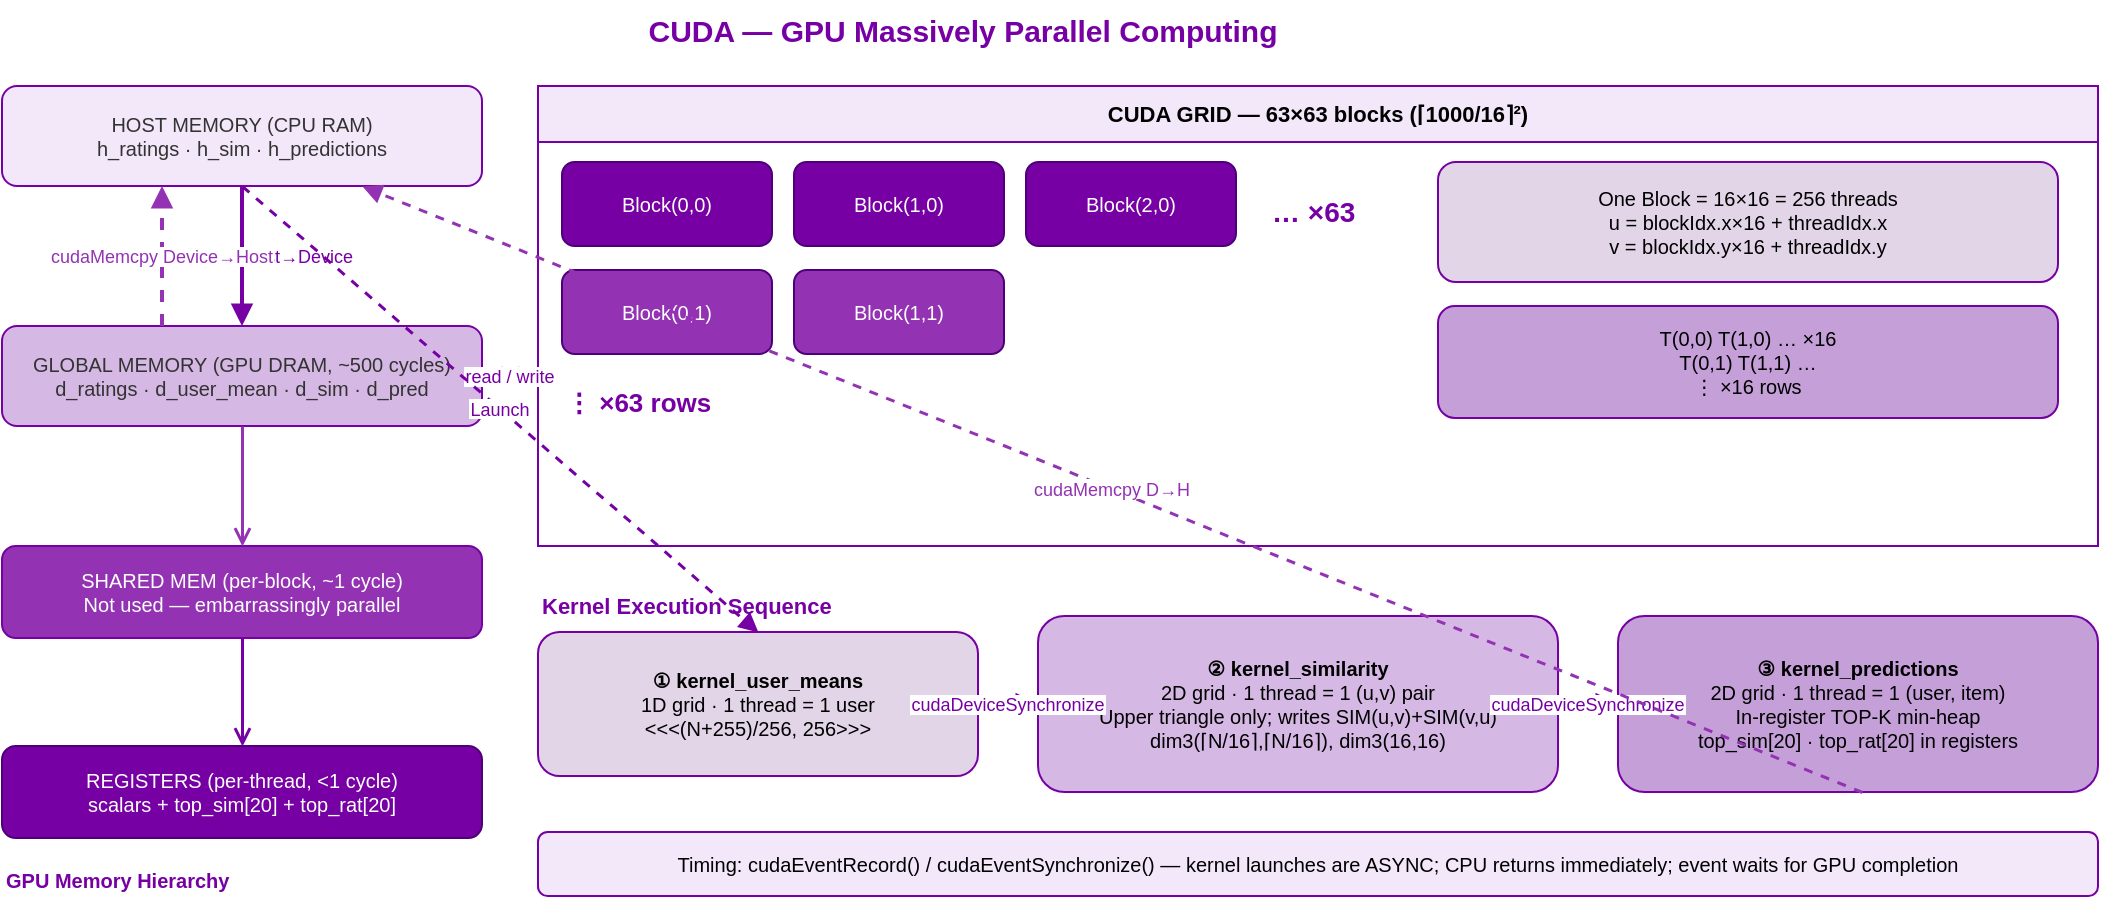
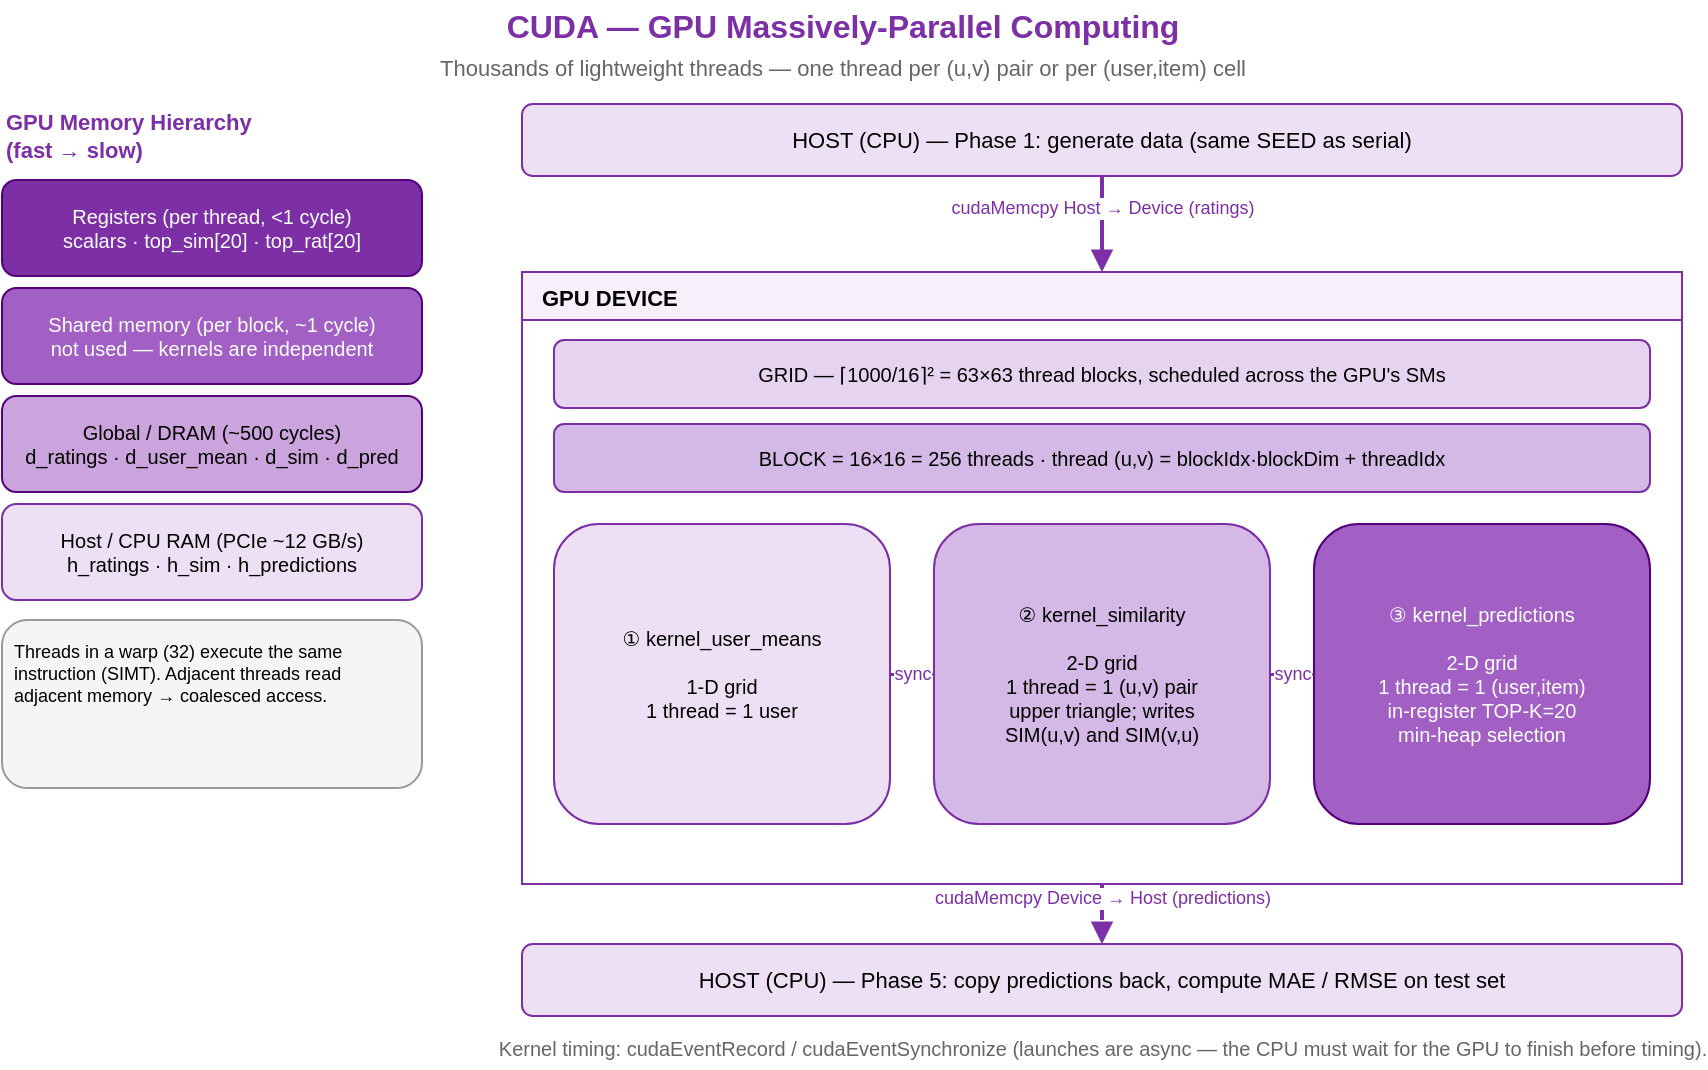
<mxfile host="app.diagrams.net" version="21.1.2">
-   <diagram id="page5" name="CUDA">
-     <mxGraphModel dx="1200" dy="700" grid="0" pageWidth="1100" pageHeight="700" math="0" shadow="0">
+   <diagram id="page5" name="5. CUDA">
+     <mxGraphModel dx="1000" dy="640" grid="1" gridSize="10" guides="1" tooltips="1" connect="1" arrows="1" fold="1" page="1" pageScale="1" pageWidth="900" pageHeight="660" math="0" shadow="0">
      <root>
-         <mxCell id="0" /><mxCell id="1" parent="0" />
+         <mxCell id="0" />
+         <mxCell id="1" parent="0" />

        <!-- Title -->
-         <mxCell id="ttl" value="CUDA — GPU Massively Parallel Computing" style="text;html=1;align=center;fontStyle=1;fontSize=15;fontColor=#7600a3;" vertex="1" parent="1">
-           <mxGeometry x="150" y="12" width="700" height="30" as="geometry" />
+         <mxCell id="ttl" value="CUDA — GPU Massively-Parallel Computing" style="text;html=1;align=center;verticalAlign=middle;fontStyle=1;fontSize=16;fontColor=#7d2fa6;" vertex="1" parent="1">
+           <mxGeometry x="150" y="14" width="600" height="26" as="geometry" />
+         </mxCell>
+         <mxCell id="sub" value="Thousands of lightweight threads — one thread per (u,v) pair or per (user,item) cell" style="text;html=1;align=center;verticalAlign=middle;fontSize=11;fontColor=#666666;" vertex="1" parent="1">
+           <mxGeometry x="150" y="38" width="600" height="20" as="geometry" />
        </mxCell>

-         <!-- ── Memory hierarchy (left column) ── -->
-         <mxCell id="hmem" value="HOST MEMORY (CPU RAM)&lt;br&gt;h_ratings · h_sim · h_predictions" style="rounded=1;whiteSpace=wrap;html=1;fillColor=#f3e8fa;strokeColor=#7600a3;fontColor=#333333;fontSize=10;" vertex="1" parent="1">
-           <mxGeometry x="20" y="55" width="240" height="50" as="geometry" />
+         <!-- ===== Memory hierarchy legend (left) ===== -->
+         <mxCell id="mhl" value="GPU Memory Hierarchy&#10;(fast → slow)" style="text;html=1;align=left;verticalAlign=middle;fontStyle=1;fontSize=11;fontColor=#7d2fa6;" vertex="1" parent="1">
+           <mxGeometry x="30" y="66" width="210" height="32" as="geometry" />
        </mxCell>
-         <mxCell id="gmem" value="GLOBAL MEMORY (GPU DRAM, ~500 cycles)&lt;br&gt;d_ratings · d_user_mean · d_sim · d_pred" style="rounded=1;whiteSpace=wrap;html=1;fillColor=#d5b8e3;strokeColor=#7600a3;fontColor=#333333;fontSize=10;" vertex="1" parent="1">
-           <mxGeometry x="20" y="175" width="240" height="50" as="geometry" />
+         <mxCell id="reg" value="Registers (per thread, &lt;1 cycle)&#10;scalars · top_sim[20] · top_rat[20]" style="rounded=1;whiteSpace=wrap;html=1;fillColor=#7d2fa6;strokeColor=#54007a;fontColor=#ffffff;fontSize=10;verticalAlign=middle;" vertex="1" parent="1">
+           <mxGeometry x="30" y="104" width="210" height="48" as="geometry" />
        </mxCell>
-         <mxCell id="smem" value="SHARED MEM (per-block, ~1 cycle)&lt;br&gt;Not used — embarrassingly parallel" style="rounded=1;whiteSpace=wrap;html=1;fillColor=#9333b3;strokeColor=#7600a3;fontColor=#ffffff;fontSize=10;" vertex="1" parent="1">
-           <mxGeometry x="20" y="285" width="240" height="46" as="geometry" />
+         <mxCell id="shm" value="Shared memory (per block, ~1 cycle)&#10;not used — kernels are independent" style="rounded=1;whiteSpace=wrap;html=1;fillColor=#a25fc4;strokeColor=#54007a;fontColor=#ffffff;fontSize=10;verticalAlign=middle;" vertex="1" parent="1">
+           <mxGeometry x="30" y="158" width="210" height="48" as="geometry" />
        </mxCell>
-         <mxCell id="reg" value="REGISTERS (per-thread, &lt;1 cycle)&lt;br&gt;scalars + top_sim[20] + top_rat[20]" style="rounded=1;whiteSpace=wrap;html=1;fillColor=#7600a3;strokeColor=#4d007a;fontColor=#ffffff;fontSize=10;" vertex="1" parent="1">
-           <mxGeometry x="20" y="385" width="240" height="46" as="geometry" />
+         <mxCell id="gbl" value="Global / DRAM (~500 cycles)&#10;d_ratings · d_user_mean · d_sim · d_pred" style="rounded=1;whiteSpace=wrap;html=1;fillColor=#cBA3dd;strokeColor=#54007a;fontSize=10;verticalAlign=middle;" vertex="1" parent="1">
+           <mxGeometry x="30" y="212" width="210" height="48" as="geometry" />
+         </mxCell>
+         <mxCell id="hst" value="Host / CPU RAM (PCIe ~12 GB/s)&#10;h_ratings · h_sim · h_predictions" style="rounded=1;whiteSpace=wrap;html=1;fillColor=#ede0f4;strokeColor=#7d2fa6;fontSize=10;verticalAlign=middle;" vertex="1" parent="1">
+           <mxGeometry x="30" y="266" width="210" height="48" as="geometry" />
+         </mxCell>
+         <mxCell id="coal" value="Threads in a warp (32) execute the same instruction (SIMT). Adjacent threads read adjacent memory → coalesced access." style="rounded=1;whiteSpace=wrap;html=1;fillColor=#f5f5f5;strokeColor=#999999;fontSize=9;verticalAlign=top;align=left;spacing=6;" vertex="1" parent="1">
+           <mxGeometry x="30" y="324" width="210" height="84" as="geometry" />
        </mxCell>

-         <!-- Memory hierarchy label -->
-         <mxCell id="mhl" value="GPU Memory Hierarchy" style="text;html=1;fontStyle=1;fontSize=10;fontColor=#7600a3;" vertex="1" parent="1">
-           <mxGeometry x="20" y="440" width="240" height="18" as="geometry" />
+         <!-- ===== Execution flow (right) ===== -->
+         <mxCell id="host1" value="HOST (CPU) — Phase 1: generate data (same SEED as serial)" style="rounded=1;whiteSpace=wrap;html=1;fillColor=#ede0f4;strokeColor=#7d2fa6;fontSize=11;verticalAlign=middle;" vertex="1" parent="1">
+           <mxGeometry x="290" y="66" width="580" height="36" as="geometry" />
        </mxCell>

-         <!-- ── ARROWS: Host ↔ GPU memory ── -->
-         <!-- H→D transfer -->
-         <mxCell id="a_h2d" value="cudaMemcpy Host→Device" style="endArrow=block;endFill=1;strokeWidth=2;strokeColor=#7600a3;fontSize=9;fontColor=#7600a3;align=center;" edge="1" parent="1">
-           <mxGeometry relative="1" as="geometry">
-             <mxPoint x="140" y="105" as="sourcePoint" />
-             <mxPoint x="140" y="175" as="targetPoint" />
-           </mxGeometry>
+         <!-- GPU container -->
+         <mxCell id="gpu" value="GPU DEVICE" style="swimlane;startSize=24;whiteSpace=wrap;html=1;fillColor=#f7f0fb;strokeColor=#7d2fa6;fontSize=11;fontStyle=1;verticalAlign=top;align=left;spacingLeft=8;" vertex="1" parent="1">
+           <mxGeometry x="290" y="150" width="580" height="306" as="geometry" />
        </mxCell>
-         <!-- D→H transfer -->
-         <mxCell id="a_d2h" value="cudaMemcpy Device→Host" style="endArrow=block;endFill=1;strokeWidth=2;strokeColor=#9333b3;dashed=1;fontSize=9;fontColor=#9333b3;align=center;" edge="1" parent="1">
-           <mxGeometry relative="1" as="geometry">
-             <mxPoint x="100" y="175" as="sourcePoint" />
-             <mxPoint x="100" y="105" as="targetPoint" />
-           </mxGeometry>
+         <mxCell id="g_grid" value="GRID — ⌈1000/16⌉² = 63×63 thread blocks, scheduled across the GPU's SMs" style="rounded=1;whiteSpace=wrap;html=1;fillColor=#e6d3f0;strokeColor=#7d2fa6;fontSize=10;verticalAlign=middle;" vertex="1" parent="gpu">
+           <mxGeometry x="16" y="34" width="548" height="34" as="geometry" />
        </mxCell>
-         <!-- GPU DRAM → SM label -->
-         <mxCell id="a_gm_sm" value="" style="endArrow=open;endFill=0;strokeWidth=1.5;strokeColor=#9333b3;" edge="1" parent="1">
-           <mxGeometry relative="1" as="geometry">
-             <mxPoint x="140" y="225" as="sourcePoint" />
-             <mxPoint x="140" y="285" as="targetPoint" />
-           </mxGeometry>
-         </mxCell>
-         <!-- SM → Registers -->
-         <mxCell id="a_sm_reg" value="" style="endArrow=open;endFill=0;strokeWidth=1.5;strokeColor=#7600a3;" edge="1" parent="1">
-           <mxGeometry relative="1" as="geometry">
-             <mxPoint x="140" y="331" as="sourcePoint" />
-             <mxPoint x="140" y="385" as="targetPoint" />
-           </mxGeometry>
+         <mxCell id="g_block" value="BLOCK = 16×16 = 256 threads   ·   thread (u,v) = blockIdx·blockDim + threadIdx" style="rounded=1;whiteSpace=wrap;html=1;fillColor=#d4b8e6;strokeColor=#7d2fa6;fontSize=10;verticalAlign=middle;" vertex="1" parent="gpu">
+           <mxGeometry x="16" y="76" width="548" height="34" as="geometry" />
        </mxCell>

-         <!-- ── GRID container ── -->
-         <mxCell id="grid" value="CUDA GRID — 63×63 blocks (⌈1000/16⌉²)" style="swimlane;startSize=28;whiteSpace=wrap;html=1;fillColor=#f3e8fa;strokeColor=#7600a3;fontSize=11;fontStyle=1;" vertex="1" parent="1">
-           <mxGeometry x="288" y="55" width="780" height="230" as="geometry" />
+         <!-- 3 kernels -->
+         <mxCell id="k1" value="① kernel_user_means&#10;&#10;1-D grid&#10;1 thread = 1 user" style="rounded=1;whiteSpace=wrap;html=1;fillColor=#ede0f4;strokeColor=#7d2fa6;fontSize=10;verticalAlign=middle;spacing=4;" vertex="1" parent="gpu">
+           <mxGeometry x="16" y="126" width="168" height="150" as="geometry" />
        </mxCell>
-         <!-- Blocks -->
-         <mxCell id="b00" value="Block(0,0)" style="rounded=1;whiteSpace=wrap;html=1;fillColor=#7600a3;strokeColor=#4d007a;fontColor=#ffffff;fontSize=10;" vertex="1" parent="grid">
-           <mxGeometry x="12" y="38" width="105" height="42" as="geometry" />
+         <mxCell id="k2" value="② kernel_similarity&#10;&#10;2-D grid&#10;1 thread = 1 (u,v) pair&#10;upper triangle; writes&#10;SIM(u,v) and SIM(v,u)" style="rounded=1;whiteSpace=wrap;html=1;fillColor=#d4b8e6;strokeColor=#7d2fa6;fontSize=10;verticalAlign=middle;spacing=4;" vertex="1" parent="gpu">
+           <mxGeometry x="206" y="126" width="168" height="150" as="geometry" />
        </mxCell>
-         <mxCell id="b10" value="Block(1,0)" style="rounded=1;whiteSpace=wrap;html=1;fillColor=#7600a3;strokeColor=#4d007a;fontColor=#ffffff;fontSize=10;" vertex="1" parent="grid">
-           <mxGeometry x="128" y="38" width="105" height="42" as="geometry" />
+         <mxCell id="k3" value="③ kernel_predictions&#10;&#10;2-D grid&#10;1 thread = 1 (user,item)&#10;in-register TOP-K=20&#10;min-heap selection" style="rounded=1;whiteSpace=wrap;html=1;fillColor=#a25fc4;strokeColor=#54007a;fontColor=#ffffff;fontSize=10;verticalAlign=middle;spacing=4;" vertex="1" parent="gpu">
+           <mxGeometry x="396" y="126" width="168" height="150" as="geometry" />
        </mxCell>
-         <mxCell id="b20" value="Block(2,0)" style="rounded=1;whiteSpace=wrap;html=1;fillColor=#7600a3;strokeColor=#4d007a;fontColor=#ffffff;fontSize=10;" vertex="1" parent="grid">
-           <mxGeometry x="244" y="38" width="105" height="42" as="geometry" />
-         </mxCell>
-         <mxCell id="bdots" value="… ×63" style="text;html=1;fontSize=14;fontColor=#7600a3;fontStyle=1;" vertex="1" parent="grid">
-           <mxGeometry x="365" y="48" width="70" height="22" as="geometry" />
-         </mxCell>
-         <mxCell id="b01" value="Block(0,1)" style="rounded=1;whiteSpace=wrap;html=1;fillColor=#9333b3;strokeColor=#4d007a;fontColor=#ffffff;fontSize=10;" vertex="1" parent="grid">
-           <mxGeometry x="12" y="92" width="105" height="42" as="geometry" />
-         </mxCell>
-         <mxCell id="b11" value="Block(1,1)" style="rounded=1;whiteSpace=wrap;html=1;fillColor=#9333b3;strokeColor=#4d007a;fontColor=#ffffff;fontSize=10;" vertex="1" parent="grid">
-           <mxGeometry x="128" y="92" width="105" height="42" as="geometry" />
-         </mxCell>
-         <mxCell id="bvdots" value="⋮ ×63 rows" style="text;html=1;fontSize=13;fontColor=#7600a3;fontStyle=1;" vertex="1" parent="grid">
-           <mxGeometry x="12" y="144" width="220" height="22" as="geometry" />
-         </mxCell>
-         <!-- Thread detail inside block -->
-         <mxCell id="bzoom" value="One Block = 16×16 = 256 threads&lt;br&gt;u = blockIdx.x×16 + threadIdx.x&lt;br&gt;v = blockIdx.y×16 + threadIdx.y" style="rounded=1;whiteSpace=wrap;html=1;fillColor=#e1d5e7;strokeColor=#7600a3;fontSize=10;" vertex="1" parent="grid">
-           <mxGeometry x="450" y="38" width="310" height="60" as="geometry" />
-         </mxCell>
-         <mxCell id="tgrid" value="T(0,0) T(1,0) … ×16&lt;br&gt;T(0,1) T(1,1) …&lt;br&gt;⋮  ×16 rows" style="rounded=1;whiteSpace=wrap;html=1;fillColor=#c49fd8;strokeColor=#7600a3;fontSize=10;" vertex="1" parent="grid">
-           <mxGeometry x="450" y="110" width="310" height="56" as="geometry" />
+         <mxCell id="k12" value="sync" style="edgeStyle=orthogonalEdgeStyle;rounded=0;html=1;endArrow=block;endFill=1;strokeWidth=1.5;strokeColor=#7d2fa6;fontSize=9;fontColor=#7d2fa6;" edge="1" source="k1" target="k2" parent="gpu"><mxGeometry relative="1" as="geometry" /></mxCell>
+         <mxCell id="k23" value="sync" style="edgeStyle=orthogonalEdgeStyle;rounded=0;html=1;endArrow=block;endFill=1;strokeWidth=1.5;strokeColor=#7d2fa6;fontSize=9;fontColor=#7d2fa6;" edge="1" source="k2" target="k3" parent="gpu"><mxGeometry relative="1" as="geometry" /></mxCell>
+ 
+         <!-- Host eval -->
+         <mxCell id="host2" value="HOST (CPU) — Phase 5: copy predictions back, compute MAE / RMSE on test set" style="rounded=1;whiteSpace=wrap;html=1;fillColor=#ede0f4;strokeColor=#7d2fa6;fontSize=11;verticalAlign=middle;" vertex="1" parent="1">
+           <mxGeometry x="290" y="486" width="580" height="36" as="geometry" />
        </mxCell>

-         <!-- Arrow from GRID to GPU DRAM (kernels read/write) -->
-         <mxCell id="a_grid_gm" value="read / write" style="startArrow=block;startFill=1;endArrow=block;endFill=1;strokeWidth=1.5;strokeColor=#7600a3;fontSize=9;fontColor=#7600a3;" edge="1" parent="1">
-           <mxGeometry relative="1" as="geometry">
-             <mxPoint x="288" y="200" as="sourcePoint" />
-             <mxPoint x="260" y="200" as="targetPoint" />
-           </mxGeometry>
-         </mxCell>
+         <!-- transfer arrows (short, vertical) -->
+         <mxCell id="h2d" value="cudaMemcpy  Host → Device  (ratings)" style="edgeStyle=orthogonalEdgeStyle;rounded=0;html=1;endArrow=block;endFill=1;strokeWidth=2;strokeColor=#7d2fa6;fontSize=9;fontColor=#7d2fa6;verticalAlign=bottom;" edge="1" source="host1" target="gpu" parent="1"><mxGeometry relative="1" as="geometry" /></mxCell>
+         <mxCell id="d2h" value="cudaMemcpy  Device → Host  (predictions)" style="edgeStyle=orthogonalEdgeStyle;rounded=0;html=1;endArrow=block;endFill=1;strokeWidth=2;strokeColor=#7d2fa6;dashed=1;fontSize=9;fontColor=#7d2fa6;verticalAlign=bottom;" edge="1" source="gpu" target="host2" parent="1"><mxGeometry relative="1" as="geometry" /></mxCell>

-         <!-- ── Three Kernels (sequential execution) ── -->
-         <mxCell id="kl" value="Kernel Execution Sequence" style="text;html=1;fontStyle=1;fontSize=11;fontColor=#7600a3;" vertex="1" parent="1">
-           <mxGeometry x="288" y="302" width="280" height="20" as="geometry" />
-         </mxCell>
- 
-         <mxCell id="k1" value="&lt;b&gt;① kernel_user_means&lt;/b&gt;&lt;br&gt;1D grid · 1 thread = 1 user&lt;br&gt;&lt;&lt;&lt;(N+255)/256, 256&gt;&gt;&gt;" style="rounded=1;whiteSpace=wrap;html=1;fillColor=#e1d5e7;strokeColor=#7600a3;fontSize=10;" vertex="1" parent="1">
-           <mxGeometry x="288" y="328" width="220" height="72" as="geometry" />
-         </mxCell>
-         <mxCell id="k2" value="&lt;b&gt;② kernel_similarity&lt;/b&gt;&lt;br&gt;2D grid · 1 thread = 1 (u,v) pair&lt;br&gt;Upper triangle only; writes SIM(u,v)+SIM(v,u)&lt;br&gt;dim3(⌈N/16⌉,⌈N/16⌉), dim3(16,16)" style="rounded=1;whiteSpace=wrap;html=1;fillColor=#d5b8e3;strokeColor=#7600a3;fontSize=10;" vertex="1" parent="1">
-           <mxGeometry x="538" y="320" width="260" height="88" as="geometry" />
-         </mxCell>
-         <mxCell id="k3" value="&lt;b&gt;③ kernel_predictions&lt;/b&gt;&lt;br&gt;2D grid · 1 thread = 1 (user, item)&lt;br&gt;In-register TOP-K min-heap&lt;br&gt;top_sim[20] · top_rat[20] in registers" style="rounded=1;whiteSpace=wrap;html=1;fillColor=#c49fd8;strokeColor=#7600a3;fontSize=10;" vertex="1" parent="1">
-           <mxGeometry x="828" y="320" width="240" height="88" as="geometry" />
-         </mxCell>
- 
-         <!-- Sequential kernel arrows -->
-         <mxCell id="a_k1_k2" value="cudaDeviceSynchronize" style="endArrow=block;endFill=1;strokeWidth=2;strokeColor=#7600a3;fontSize=9;fontColor=#7600a3;align=center;" edge="1" source="k1" target="k2" parent="1">
-           <mxGeometry relative="1" as="geometry" />
-         </mxCell>
-         <mxCell id="a_k2_k3" value="cudaDeviceSynchronize" style="endArrow=block;endFill=1;strokeWidth=2;strokeColor=#7600a3;fontSize=9;fontColor=#7600a3;align=center;" edge="1" source="k2" target="k3" parent="1">
-           <mxGeometry relative="1" as="geometry" />
-         </mxCell>
- 
-         <!-- Arrows from host memory down to kernel flow start -->
-         <mxCell id="a_hm_k1" value="Launch" style="endArrow=block;endFill=1;strokeWidth=1.5;strokeColor=#7600a3;dashed=1;fontSize=9;fontColor=#7600a3;" edge="1" parent="1">
-           <mxGeometry relative="1" as="geometry">
-             <mxPoint x="140" y="105" as="sourcePoint" />
-             <mxPoint x="398" y="328" as="targetPoint" />
-           </mxGeometry>
-         </mxCell>
- 
-         <!-- Arrow from k3 result back to host memory -->
-         <mxCell id="a_k3_hm" value="cudaMemcpy D→H" style="endArrow=block;endFill=1;strokeWidth=1.5;strokeColor=#9333b3;dashed=1;fontSize=9;fontColor=#9333b3;" edge="1" parent="1">
-           <mxGeometry relative="1" as="geometry">
-             <mxPoint x="950" y="408" as="sourcePoint" />
-             <mxPoint x="200" y="105" as="targetPoint" />
-           </mxGeometry>
-         </mxCell>
- 
-         <!-- Timing note -->
-         <mxCell id="tm" value="Timing: cudaEventRecord() / cudaEventSynchronize() — kernel launches are ASYNC; CPU returns immediately; event waits for GPU completion" style="rounded=1;whiteSpace=wrap;html=1;fillColor=#f3e8fa;strokeColor=#7600a3;fontSize=10;" vertex="1" parent="1">
-           <mxGeometry x="288" y="428" width="780" height="32" as="geometry" />
+         <!-- Footer -->
+         <mxCell id="ft" value="Kernel timing: cudaEventRecord / cudaEventSynchronize (launches are async — the CPU must wait for the GPU to finish before timing)." style="text;html=1;align=center;verticalAlign=middle;fontSize=10;fontColor=#666666;" vertex="1" parent="1">
+           <mxGeometry x="290" y="528" width="580" height="20" as="geometry" />
        </mxCell>
      </root>
    </mxGraphModel>
  </diagram>
</mxfile>
